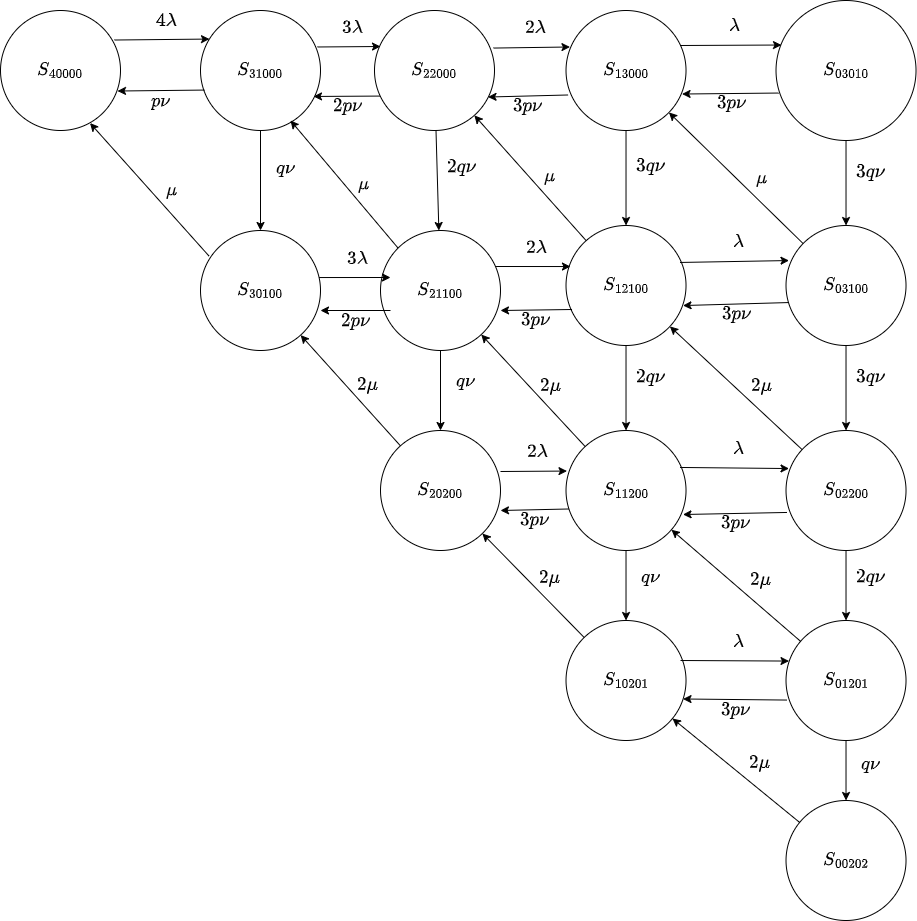
This is Lab6/graf.png from Zidbrain/KIS, a draw.io export, as it was before one commit. Source tidied: cells renumbered, new cells last; positions are measured from the earlier drawing's top-left corner, leaving out a move shared by most shapes.
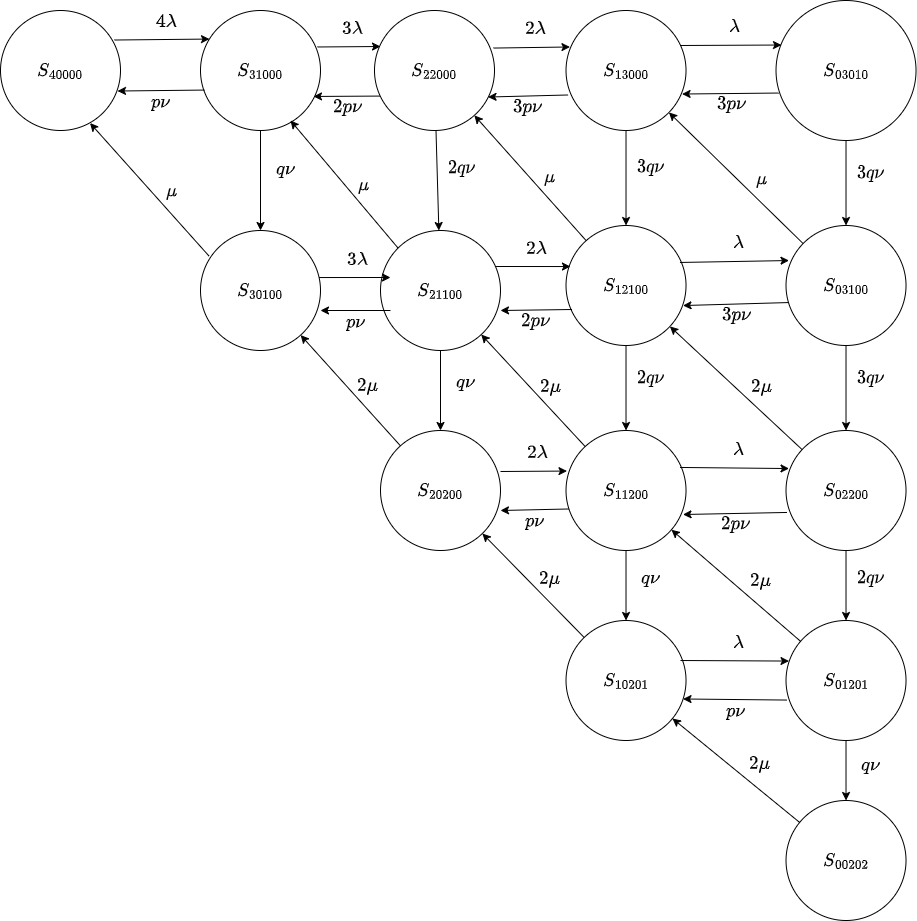
Above is the later version.

The edit, as a diff of the source:
```diff
@@ -297,7 +297,7 @@
         <mxPoint x="320" y="310" as="targetPoint" />
       </mxGeometry>
     </mxCell>
-    <mxCell id="76" value="$$2p\nu$$" style="edgeLabel;html=1;align=center;verticalAlign=middle;fontSize=16;labelBackgroundColor=none;" parent="75" vertex="1">
+    <mxCell id="76" value="$$p\nu$$" style="edgeLabel;html=1;align=center;verticalAlign=middle;fontSize=16;labelBackgroundColor=none;" parent="75" vertex="1">
       <mxGeometry x="-0.06" y="-3" relative="1" as="geometry">
         <mxPoint x="-3" y="13" as="offset" />
       </mxGeometry>
@@ -315,7 +315,7 @@
         <mxPoint x="500" y="310" as="targetPoint" />
       </mxGeometry>
     </mxCell>
-    <mxCell id="80" value="$$3p\nu$$" style="edgeLabel;html=1;align=center;verticalAlign=middle;fontSize=16;labelBackgroundColor=none;" parent="79" vertex="1">
+    <mxCell id="80" value="$$2p\nu$$" style="edgeLabel;html=1;align=center;verticalAlign=middle;fontSize=16;labelBackgroundColor=none;" parent="79" vertex="1">
       <mxGeometry x="-0.06" y="-3" relative="1" as="geometry">
         <mxPoint x="-3" y="13" as="offset" />
       </mxGeometry>
@@ -347,7 +347,7 @@
     <mxCell id="87" style="endArrow=classic;html=1;rounded=0;fontSize=16;entryX=0.975;entryY=0.7;entryDx=0;entryDy=0;entryPerimeter=0;exitX=0.008;exitY=0.683;exitDx=0;exitDy=0;exitPerimeter=0;" parent="1" edge="1" source="29" target="30">
       <mxGeometry relative="1" as="geometry" />
     </mxCell>
-    <mxCell id="88" value="$$3p\nu$$" style="edgeLabel;html=1;align=center;verticalAlign=middle;fontSize=16;labelBackgroundColor=none;" parent="87" vertex="1">
+    <mxCell id="88" value="$$2p\nu$$" style="edgeLabel;html=1;align=center;verticalAlign=middle;fontSize=16;labelBackgroundColor=none;" parent="87" vertex="1">
       <mxGeometry x="-0.06" y="-3" relative="1" as="geometry">
         <mxPoint x="-3" y="13" as="offset" />
       </mxGeometry>
@@ -365,7 +365,7 @@
     <mxCell id="91" style="endArrow=classic;html=1;rounded=0;fontSize=16;entryX=0.975;entryY=0.654;entryDx=0;entryDy=0;entryPerimeter=0;exitX=0.008;exitY=0.663;exitDx=0;exitDy=0;exitPerimeter=0;" parent="1" edge="1" source="31" target="28">
       <mxGeometry relative="1" as="geometry" />
     </mxCell>
-    <mxCell id="92" value="$$3p\nu$$" style="edgeLabel;html=1;align=center;verticalAlign=middle;fontSize=16;labelBackgroundColor=none;" parent="91" vertex="1">
+    <mxCell id="92" value="$$p\nu$$" style="edgeLabel;html=1;align=center;verticalAlign=middle;fontSize=16;labelBackgroundColor=none;" parent="91" vertex="1">
       <mxGeometry x="-0.06" y="-3" relative="1" as="geometry">
         <mxPoint x="-3" y="13" as="offset" />
       </mxGeometry>
@@ -385,7 +385,7 @@
         <mxPoint x="500" y="510" as="targetPoint" />
       </mxGeometry>
     </mxCell>
-    <mxCell id="96" value="$$3p\nu$$" style="edgeLabel;html=1;align=center;verticalAlign=middle;fontSize=16;labelBackgroundColor=none;" parent="95" vertex="1">
+    <mxCell id="96" value="$$p\nu$$" style="edgeLabel;html=1;align=center;verticalAlign=middle;fontSize=16;labelBackgroundColor=none;" parent="95" vertex="1">
       <mxGeometry x="-0.06" y="-3" relative="1" as="geometry">
         <mxPoint x="-3" y="13" as="offset" />
       </mxGeometry>
```
